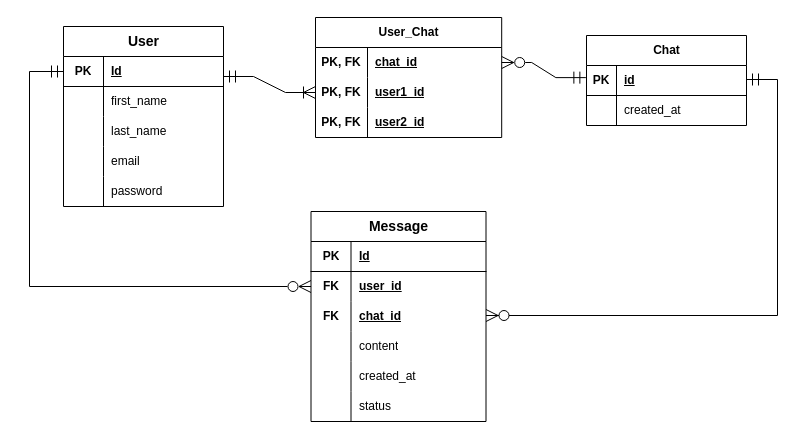
wissemgrari/iChat keeps this draw.io diagram as api/chat-app.drawio. Above is the earlier version. Source tidied: cells renumbered, new cells numbered last; positions are measured from the earlier drawing's top-left corner, leaving out a move shared by most shapes. Both pictures are drawn from the tidied source at 100%, with x=0, y=0 at pixel (29, 17).
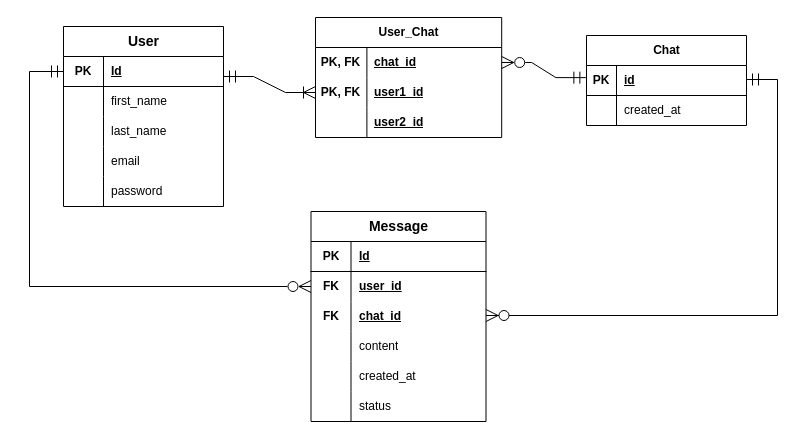
After the change.

Unchanged cells that the change refers to:
```xml
<mxCell id="48" value="User_Chat" style="shape=table;startSize=30;childLayout=tableLayout;rowLines=0;fontStyle=1;align=center;html=1;" parent="1" vertex="1">
  <mxGeometry x="286" width="186.2" height="120" as="geometry" />
</mxCell>
<mxCell id="49" style="shape=tableRow;horizontal=0;startSize=0;swimlaneHead=0;swimlaneBody=0;fillColor=none;points=[[0,0.5],[1,0.5]];portConstraint=eastwest;top=0;left=0;right=0;bottom=0;" parent="48" vertex="1">
  <mxGeometry y="30" width="186.2" height="30" as="geometry" />
</mxCell>
<mxCell id="52" style="shape=tableRow;horizontal=0;startSize=0;swimlaneHead=0;swimlaneBody=0;fillColor=none;points=[[0,0.5],[1,0.5]];portConstraint=eastwest;top=0;left=0;right=0;bottom=0;" parent="48" vertex="1">
  <mxGeometry y="60" width="186.2" height="30" as="geometry" />
</mxCell>
```

Diff of the diagram source:
```diff
@@
     <mxCell id="50" value="&lt;b&gt;PK, FK&lt;/b&gt;" style="shape=partialRectangle;fillColor=none;top=0;left=0;bottom=0;right=0;overflow=hidden;whiteSpace=wrap;html=1;" parent="49" vertex="1">
-      <mxGeometry width="52" height="30" as="geometry" />
+      <mxGeometry width="51.4" height="30" as="geometry" />
     </mxCell>
     <mxCell id="51" value="&lt;b&gt;&lt;u&gt;chat_id&lt;/u&gt;&lt;/b&gt;" style="shape=partialRectangle;fillColor=none;top=0;left=0;bottom=0;right=0;align=left;spacingLeft=6;overflow=hidden;whiteSpace=wrap;html=1;" parent="49" vertex="1">
-      <mxGeometry x="52" width="134.3" height="30" as="geometry" />
+      <mxGeometry x="51.4" width="134.8" height="30" as="geometry" />
     </mxCell>
@@
-    <mxCell id="53" value="&lt;b style=&quot;border-color: var(--border-color);&quot;&gt;PK, FK&lt;/b&gt;" style="shape=partialRectangle;fillColor=none;top=0;left=0;bottom=0;right=0;overflow=hidden;whiteSpace=wrap;html=1;" parent="52" vertex="1">
-      <mxGeometry width="52" height="30" as="geometry" />
+    <mxCell id="53" value="&lt;b&gt;PK, FK&lt;/b&gt;" style="shape=partialRectangle;fillColor=none;top=0;left=0;bottom=0;right=0;overflow=hidden;whiteSpace=wrap;html=1;" parent="52" vertex="1">
+      <mxGeometry width="51.4" height="30" as="geometry" />
     </mxCell>
     <mxCell id="54" value="&lt;b&gt;&lt;u&gt;user1_id&lt;/u&gt;&lt;/b&gt;" style="shape=partialRectangle;fillColor=none;top=0;left=0;bottom=0;right=0;align=left;spacingLeft=6;overflow=hidden;whiteSpace=wrap;html=1;" parent="52" vertex="1">
-      <mxGeometry x="52" width="134.3" height="30" as="geometry" />
+      <mxGeometry x="51.4" width="134.8" height="30" as="geometry" />
     </mxCell>
-    <mxCell id="55" style="shape=tableRow;horizontal=0;startSize=0;swimlaneHead=0;swimlaneBody=0;fillColor=none;top=0;left=0;right=0;bottom=0;" parent="48" vertex="1">
+    <mxCell id="55" style="shape=tableRow;horizontal=0;startSize=0;swimlaneHead=0;swimlaneBody=0;fillColor=none;top=0;left=0;right=0;bottom=0;shadow=0;perimeterSpacing=1;" parent="48" vertex="1">
       <mxGeometry y="90" width="186.2" height="30" as="geometry" />
     </mxCell>
-    <mxCell id="56" value="&lt;b style=&quot;border-color: var(--border-color);&quot;&gt;PK, FK&lt;/b&gt;" style="shape=partialRectangle;fillColor=none;top=0;left=0;bottom=0;right=0;overflow=hidden;whiteSpace=wrap;html=1;" parent="55" vertex="1">
-      <mxGeometry width="52" height="30" as="geometry" />
+    <mxCell id="56" style="shape=partialRectangle;fillColor=none;top=0;left=0;bottom=0;right=0;overflow=hidden;whiteSpace=wrap;html=1;" parent="55" vertex="1">
+      <mxGeometry width="51.4" height="30" as="geometry" />
     </mxCell>
     <mxCell id="57" value="&lt;b&gt;&lt;u&gt;user2_id&lt;/u&gt;&lt;/b&gt;" style="shape=partialRectangle;fillColor=none;top=0;left=0;bottom=0;right=0;align=left;spacingLeft=6;overflow=hidden;whiteSpace=wrap;html=1;" parent="55" vertex="1">
-      <mxGeometry x="52" width="134.3" height="30" as="geometry" />
+      <mxGeometry x="51.4" width="134.8" height="30" as="geometry" />
     </mxCell>
```
